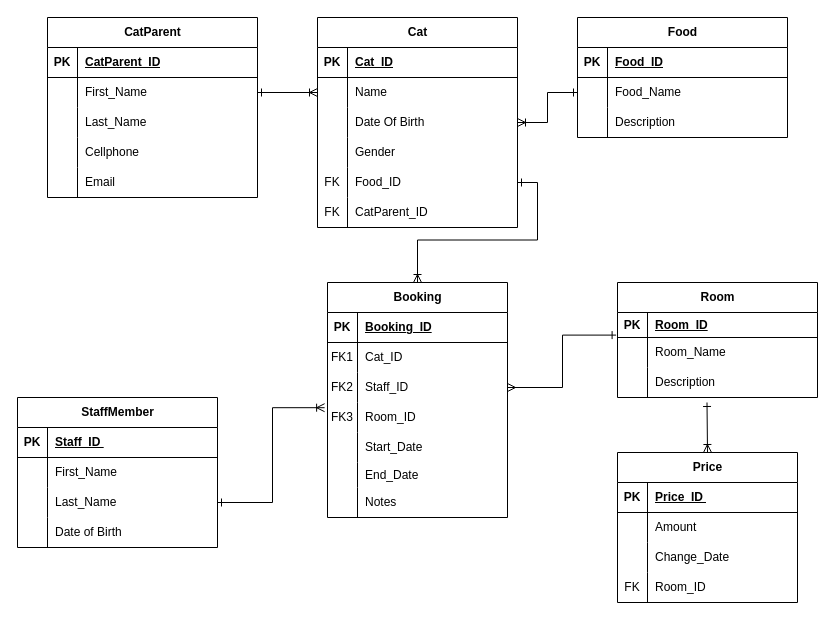
Before: page "Page-2" (2 of 2) of ERD.drawio in Cat-Hotel/Cat-hotel, a draw.io diagram. Source tidied: cells renumbered, new cells numbered last; positions are measured from the earlier drawing's top-left corner, leaving out a move shared by most shapes. Both pictures are drawn from the tidied source at 100%, with x=0, y=0 at pixel (17, 17).
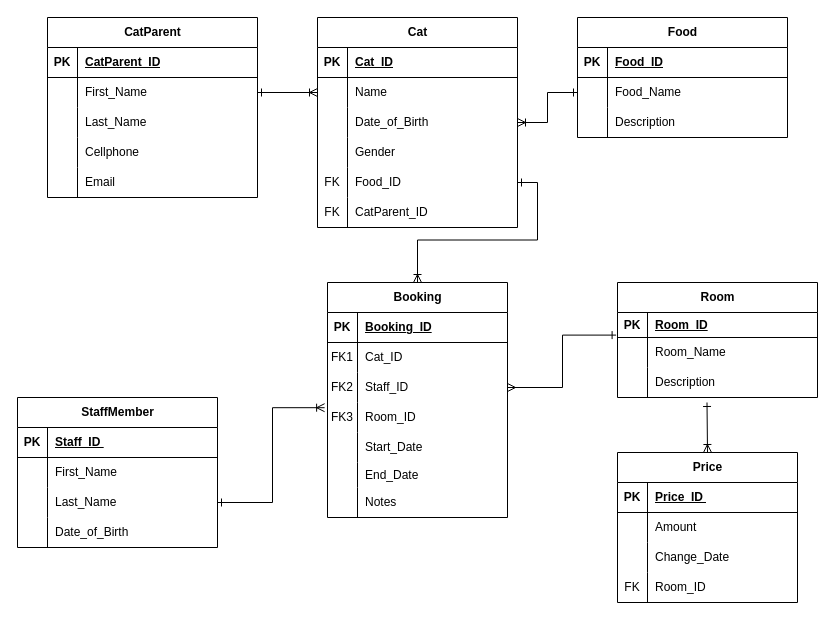
The same diagram, later.

The change refers to these unchanged cells:
```xml
<mxCell id="25" style="shape=tableRow;horizontal=0;startSize=0;swimlaneHead=0;swimlaneBody=0;fillColor=none;points=[[0,0.5],[1,0.5]];portConstraint=eastwest;top=0;left=0;right=0;bottom=0;" parent="18" vertex="1">
  <mxGeometry y="90" width="200" height="30" as="geometry" />
</mxCell>
<mxCell id="70" style="shape=tableRow;horizontal=0;startSize=0;swimlaneHead=0;swimlaneBody=0;fillColor=none;top=0;left=0;right=0;bottom=0;" parent="60" vertex="1">
  <mxGeometry y="120" width="200" height="30" as="geometry" />
</mxCell>
```

What changed in the source:
```diff
@@
-    <mxCell id="27" value="Date Of Birth&amp;nbsp; &amp;nbsp; &amp;nbsp; &amp;nbsp; &amp;nbsp; &amp;nbsp; &amp;nbsp; &amp;nbsp; &amp;nbsp;&amp;nbsp;" style="shape=partialRectangle;fillColor=none;top=0;left=0;bottom=0;right=0;align=left;spacingLeft=6;overflow=hidden;whiteSpace=wrap;html=1;" parent="25" vertex="1">
+    <mxCell id="27" value="Date_of_Birth&amp;nbsp; &amp;nbsp; &amp;nbsp; &amp;nbsp; &amp;nbsp; &amp;nbsp; &amp;nbsp; &amp;nbsp; &amp;nbsp;&amp;nbsp;" style="shape=partialRectangle;fillColor=none;top=0;left=0;bottom=0;right=0;align=left;spacingLeft=6;overflow=hidden;whiteSpace=wrap;html=1;" parent="25" vertex="1">
       <mxGeometry x="30" width="170" height="30" as="geometry" />
     </mxCell>
@@
-    <mxCell id="72" value="Date of Birth&amp;nbsp; &amp;nbsp; &amp;nbsp; &amp;nbsp; &amp;nbsp; &amp;nbsp; &amp;nbsp; &amp;nbsp; &amp;nbsp;&amp;nbsp;" style="shape=partialRectangle;fillColor=none;top=0;left=0;bottom=0;right=0;align=left;spacingLeft=6;overflow=hidden;whiteSpace=wrap;html=1;" parent="70" vertex="1">
+    <mxCell id="72" value="Date_of_Birth&amp;nbsp; &amp;nbsp; &amp;nbsp; &amp;nbsp; &amp;nbsp; &amp;nbsp; &amp;nbsp; &amp;nbsp; &amp;nbsp;&amp;nbsp;" style="shape=partialRectangle;fillColor=none;top=0;left=0;bottom=0;right=0;align=left;spacingLeft=6;overflow=hidden;whiteSpace=wrap;html=1;" parent="70" vertex="1">
       <mxGeometry x="30" width="170" height="30" as="geometry" />
     </mxCell>
```
